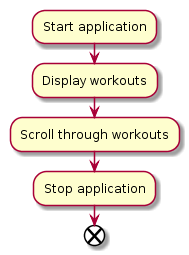
The PlantUML diagram doc/ds/activity_diagram.png in karolinaoparczyk/Dart_Flutter, before a commit.
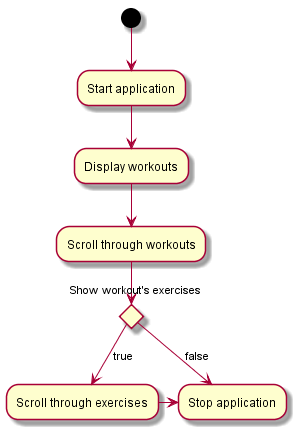
Later version of the same file.

Diff of the diagram source:
```diff
@@ -1,7 +1,11 @@
 @startuml
-:Start application;
-:Display workouts;
-:Scroll through workouts;
-:Stop application;
-end
+(*) --> "Start application"
+"Start application" --> "Display workouts"
+"Display workouts" --> "Scroll through workouts"
+if "Show workout's exercises" then
+  -->[true] "Scroll through exercises"
+  -right-> "Stop application"
+else
+  -->[false] "Stop application"
+endif
 @enduml
```
